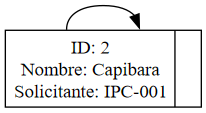
Before: Reportes/Lista_Circular_ART-223.png, a diagram exported from Graphviz (MelvinGGS/IPC2_ProyectoVD2024_202300712). Its source is kept beside it as reportesdot/Lista_Circular_ART-223.dot.
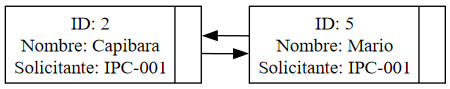
Later version of the same file.

The edit, as a diff of the source:
```diff
@@ -2,5 +2,7 @@
     rankdir=LR;
     node[shape=record, height=.1]
     nodo0[label="{ID: 2\nNombre: Capibara\nSolicitante: IPC-001|<f1>}"];
-    nodo0 -> nodo0[constraint=false];
+    nodo1[label="{ID: 5\nNombre: Mario\nSolicitante: IPC-001|<f1>}"];
+    nodo0 -> nodo1;
+    nodo1 -> nodo0[constraint=false];
 }
```
